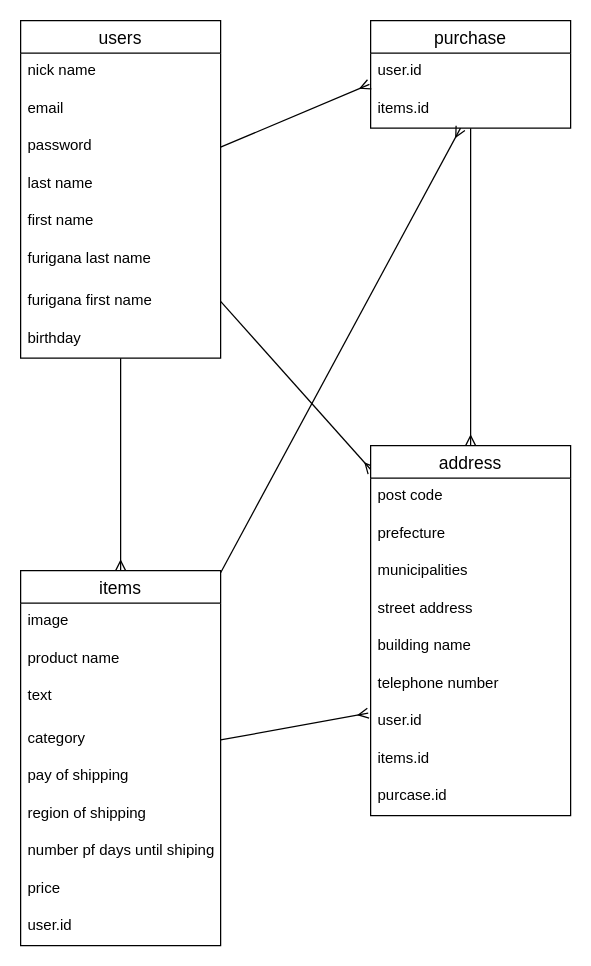
Earlier version of the draw.io diagram test.dio (taka0807/furima-39592). Source tidied: cells renumbered, new cells numbered last; positions are measured from the earlier drawing's top-left corner, leaving out a move shared by most shapes. Both pictures are drawn from the tidied source at 125%, with x=0, y=0 at pixel (20, 20).
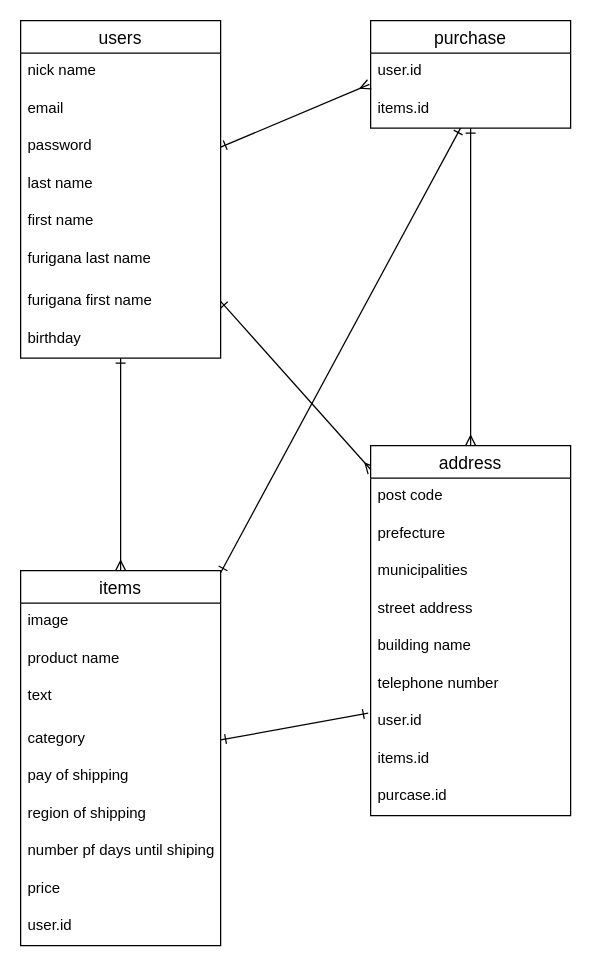
After the change.

Commit message (it also covers changes not shown here):
ER図、README修正

The change refers to these unchanged cells:
```xml
<mxCell id="5" value="users" style="swimlane;fontStyle=0;horizontal=1;startSize=26;align=center;fontSize=14;" parent="1" vertex="1">
  <mxGeometry width="160" height="270" as="geometry" />
</mxCell>
<mxCell id="16" value="items" style="swimlane;fontStyle=0;horizontal=1;startSize=26;align=center;fontSize=14;" parent="1" vertex="1">
  <mxGeometry y="440" width="160" height="300" as="geometry" />
</mxCell>
<mxCell id="27" value="purchase" style="swimlane;fontStyle=0;horizontal=1;startSize=26;align=center;fontSize=14;" parent="1" vertex="1">
  <mxGeometry x="280" width="160" height="86" as="geometry" />
</mxCell>
<mxCell id="28" value="user.id" style="text;strokeColor=none;fillColor=none;spacingLeft=4;spacingRight=4;overflow=hidden;points=[[0,0.5],[1,0.5]];portConstraint=eastwest;fontSize=12;" parent="27" vertex="1">
  <mxGeometry y="26" width="160" height="30" as="geometry" />
</mxCell>
<mxCell id="29" value="items.id" style="text;strokeColor=none;fillColor=none;spacingLeft=4;spacingRight=4;overflow=hidden;points=[[0,0.5],[1,0.5]];portConstraint=eastwest;fontSize=12;" parent="27" vertex="1">
  <mxGeometry y="56" width="160" height="30" as="geometry" />
</mxCell>
<mxCell id="30" value="address" style="swimlane;fontStyle=0;horizontal=1;startSize=26;align=center;fontSize=14;" parent="1" vertex="1">
  <mxGeometry x="280" y="340" width="160" height="296" as="geometry" />
</mxCell>
<mxCell id="37" value="user.id" style="text;strokeColor=none;fillColor=none;spacingLeft=4;spacingRight=4;overflow=hidden;points=[[0,0.5],[1,0.5]];portConstraint=eastwest;fontSize=12;" parent="30" vertex="1">
  <mxGeometry y="206" width="160" height="30" as="geometry" />
</mxCell>
```

Change to the diagram source:
```diff
@@
-    <mxCell id="2" style="edgeStyle=none;html=1;entryX=-0.006;entryY=0.833;entryDx=0;entryDy=0;entryPerimeter=0;endArrow=ERmany;endFill=0;" parent="1" edge="1" source="5" target="28">
+    <mxCell id="2" style="edgeStyle=none;html=1;entryX=-0.006;entryY=0.833;entryDx=0;entryDy=0;entryPerimeter=0;endArrow=ERmany;endFill=0;startArrow=ERone;startFill=0;" parent="1" edge="1" source="5" target="28">
       <mxGeometry relative="1" as="geometry" />
     </mxCell>
-    <mxCell id="3" style="edgeStyle=none;html=1;entryX=0.5;entryY=0;entryDx=0;entryDy=0;endArrow=ERmany;endFill=0;" parent="1" edge="1" target="16">
+    <mxCell id="3" style="edgeStyle=none;html=1;entryX=0.5;entryY=0;entryDx=0;entryDy=0;endArrow=ERmany;endFill=0;startArrow=ERone;startFill=0;" parent="1" edge="1" target="16">
       <mxGeometry relative="1" as="geometry">
         <mxPoint x="80" y="270" as="sourcePoint" />
       </mxGeometry>
     </mxCell>
-    <mxCell id="4" style="edgeStyle=none;html=1;entryX=0.006;entryY=0.068;entryDx=0;entryDy=0;entryPerimeter=0;endArrow=ERmany;endFill=0;" parent="1" edge="1" source="5" target="30">
+    <mxCell id="4" style="edgeStyle=none;html=1;entryX=0.006;entryY=0.068;entryDx=0;entryDy=0;entryPerimeter=0;endArrow=ERmany;endFill=0;startArrow=ERone;startFill=0;" parent="1" edge="1" source="5" target="30">
       <mxGeometry relative="1" as="geometry" />
     </mxCell>
@@
-    <mxCell id="14" style="edgeStyle=none;html=1;endArrow=ERmany;endFill=0;" parent="1" edge="1" source="16" target="29">
+    <mxCell id="14" style="edgeStyle=none;html=1;endArrow=ERone;endFill=0;startArrow=ERone;startFill=0;" parent="1" edge="1" source="16" target="29">
       <mxGeometry relative="1" as="geometry" />
     </mxCell>
-    <mxCell id="15" style="edgeStyle=none;html=1;entryX=-0.012;entryY=0.267;entryDx=0;entryDy=0;entryPerimeter=0;endArrow=ERmany;endFill=0;" parent="1" edge="1" source="16" target="37">
+    <mxCell id="15" style="edgeStyle=none;html=1;entryX=-0.012;entryY=0.267;entryDx=0;entryDy=0;entryPerimeter=0;endArrow=ERone;endFill=0;startArrow=ERone;startFill=0;" parent="1" edge="1" source="16" target="37">
       <mxGeometry relative="1" as="geometry" />
     </mxCell>
@@
-    <mxCell id="26" style="edgeStyle=none;html=1;endArrow=ERmany;endFill=0;entryX=0.5;entryY=0;entryDx=0;entryDy=0;" parent="1" edge="1" source="27" target="30">
+    <mxCell id="26" style="edgeStyle=none;html=1;endArrow=ERmany;endFill=0;entryX=0.5;entryY=0;entryDx=0;entryDy=0;startArrow=ERone;startFill=0;" parent="1" edge="1" source="27" target="30">
       <mxGeometry relative="1" as="geometry" />
     </mxCell>
```
